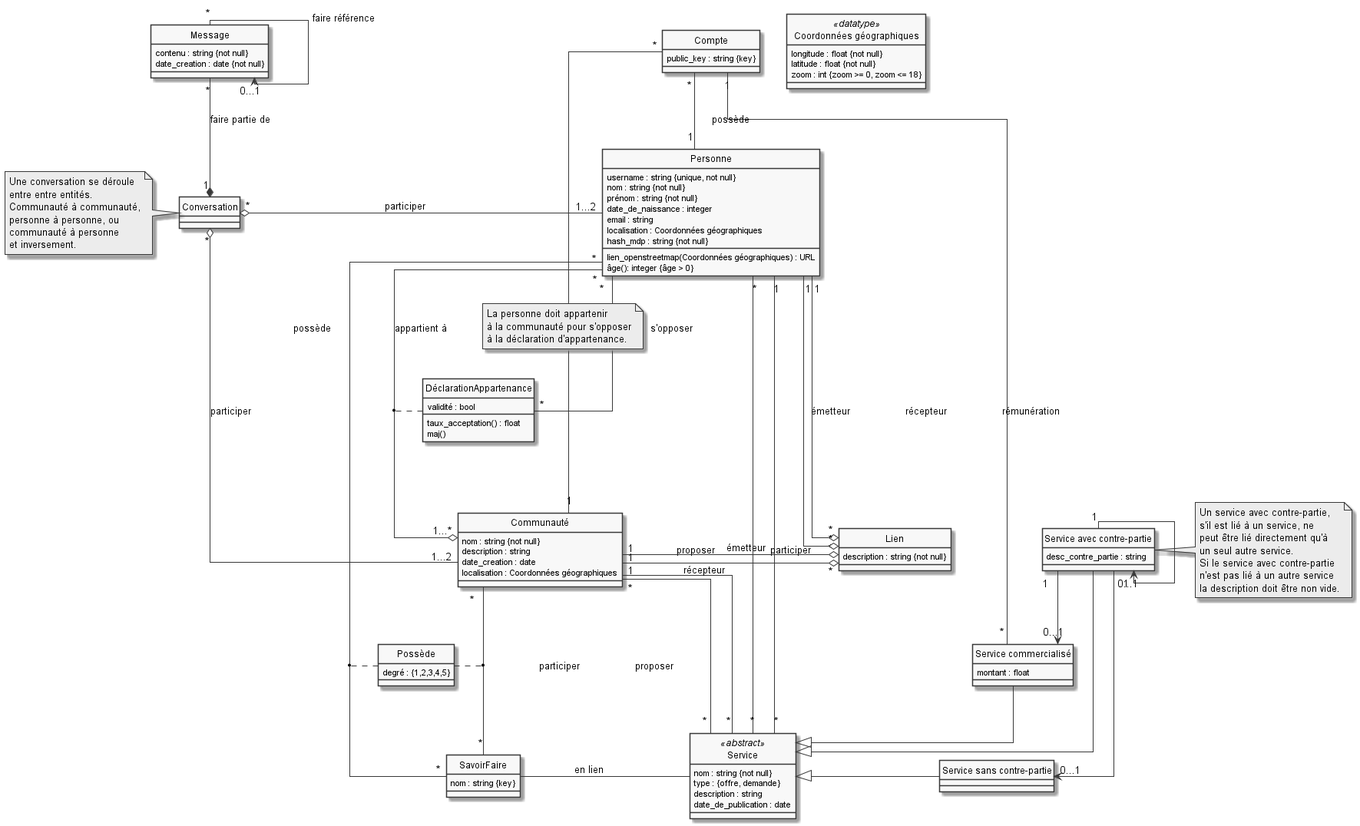
Earlier version of the PlantUML export Rendu image MCD/modele.png (quachpas/projet-na17-groupe-3-p20).
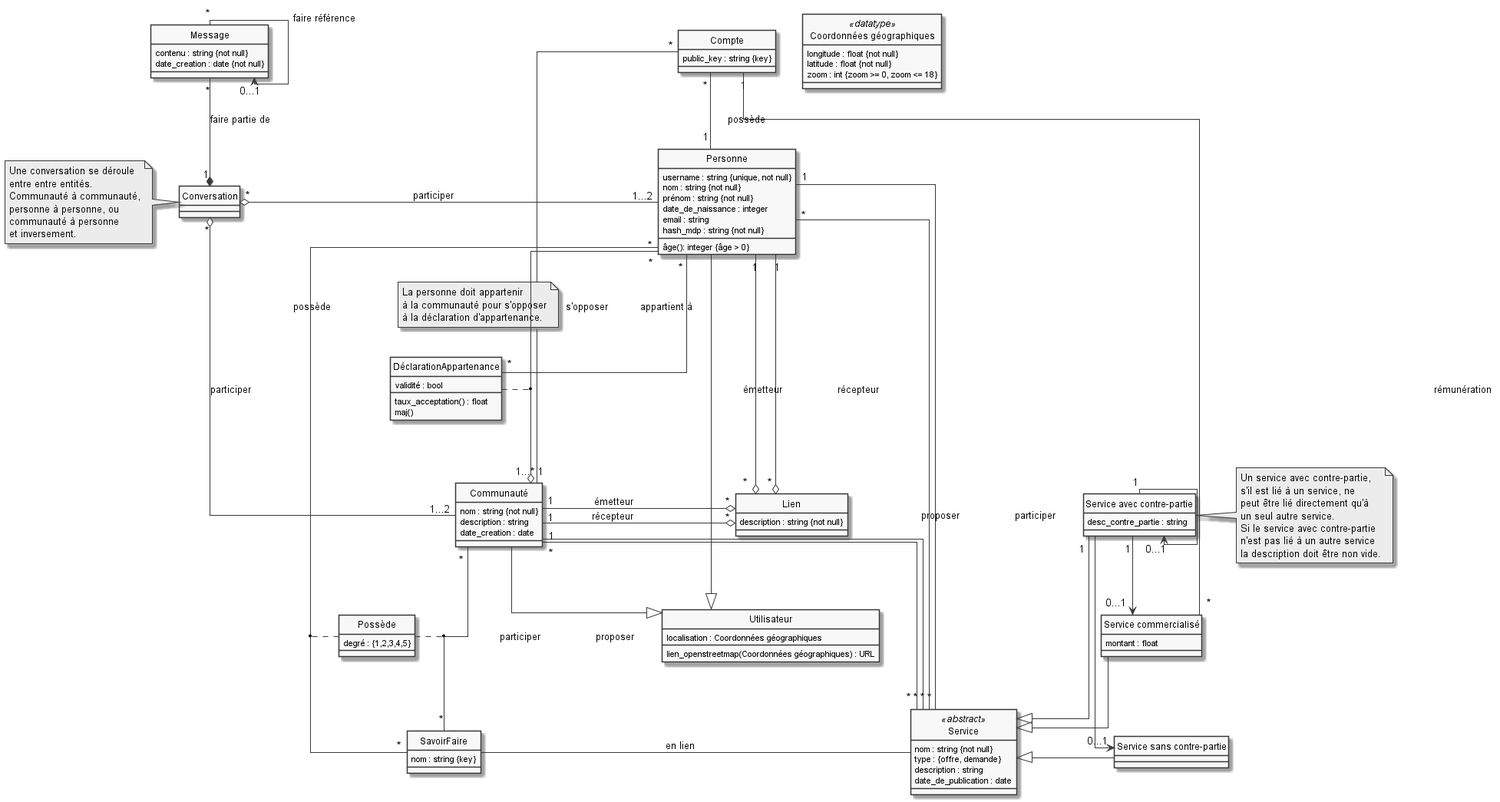
Later version of the same file.

Commit message:
MAJ MCD Ajout classe mère Utilisateur(Personne, Communauté)

The edit, as a diff of the source:
```diff
@@ -4,11 +4,14 @@
 skinparam linetype polyline
 skinparam linetype ortho
 hide circle
+class Utilisateur {
+    localisation : Coordonnées géographiques
+    lien_openstreetmap(Coordonnées géographiques) : URL
+}
 class Communauté {
     nom : string {not null}
     description : string
     date_creation : date
-    localisation : Coordonnées géographiques
 }
 class Personne {
     username : string {unique, not null}
@@ -16,8 +19,6 @@
     prénom : string {not null}
     date_de_naissance : integer
     email : string
-    localisation : Coordonnées géographiques
-    lien_openstreetmap(Coordonnées géographiques) : URL
     hash_mdp : string {not null}
     âge(): integer {âge > 0}
 }
@@ -37,6 +38,7 @@
     contenu : string {not null}
     date_creation : date {not null}
 }
+
 class "Service" <<abstract>> {
     nom : string {not null}
     type : {offre, demande}
@@ -103,6 +105,8 @@
 "Service avec contre-partie" --|> "Service"
 "Service" <|- "Service sans contre-partie"
 
+"Personne" --|> "Utilisateur"
+"Communauté" --|> "Utilisateur"
 "Message" "*" --* "1" "Conversation" : faire partie de
 
 "Personne" "*" --o "1...*" "Communauté" : appartient à
```
